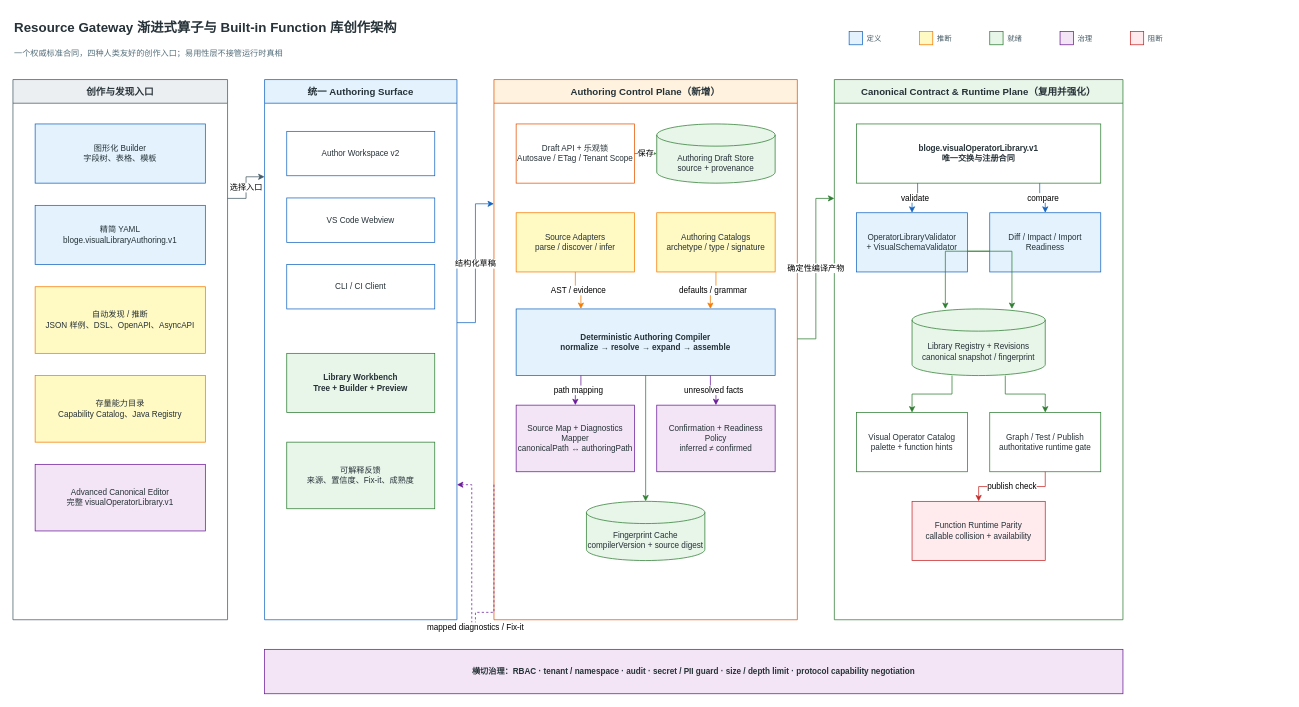
Earlier version of the draw.io diagram docs/assets/drawio/resource-gateway-progressive-library-authoring-architecture.drawio (leanowtech/bloge-examples). Source tidied: cells renumbered, new cells numbered last; positions are measured from the earlier drawing's top-left corner, leaving out a move shared by most shapes. Both pictures are drawn from the tidied source at 74%, with x=0, y=0 at pixel (13, 13).
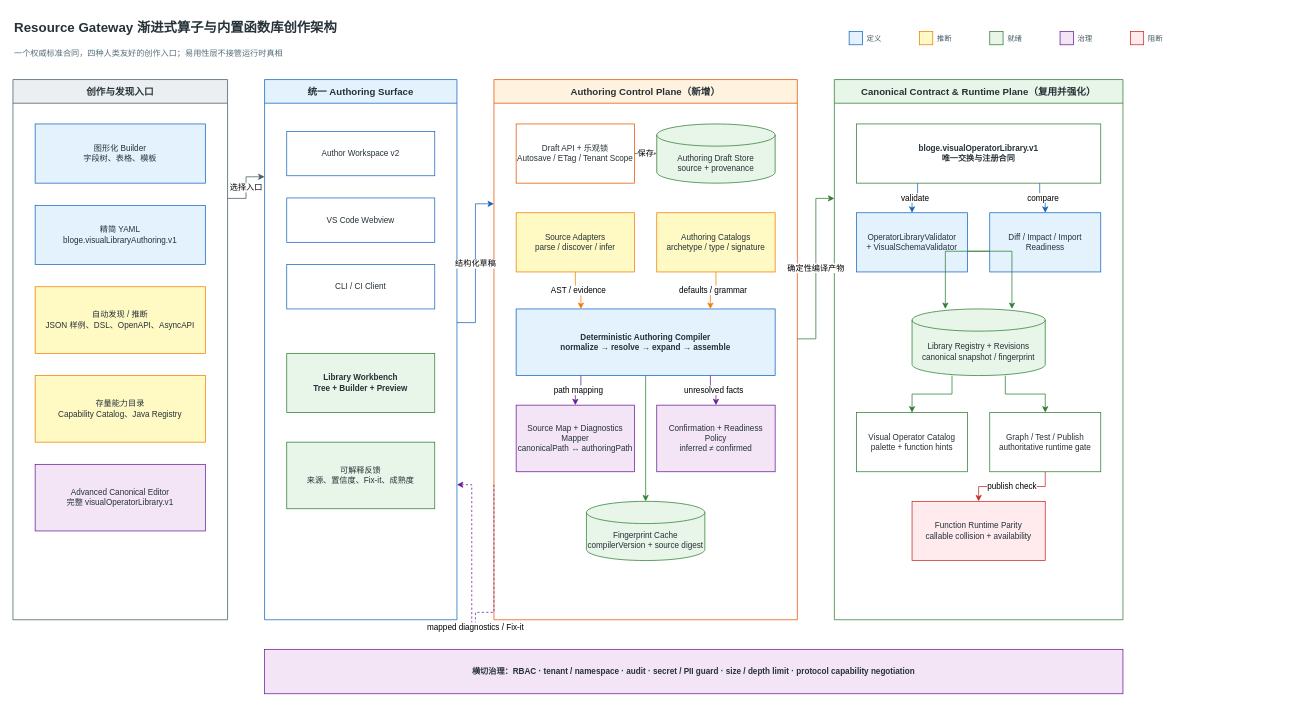
The same page after the edit.

What changed in the source:
```diff
@@
-    <mxCell id="2" value="Resource Gateway 渐进式算子与 Built-in Function 库创作架构" style="text;html=1;align=left;verticalAlign=middle;fontFamily=Arial;fontSize=18;fontStyle=1;fontColor=#263238;" parent="1" vertex="1">
+    <mxCell id="2" value="Resource Gateway 渐进式算子与内置函数库创作架构" style="text;html=1;align=left;verticalAlign=middle;fontFamily=Arial;fontSize=18;fontStyle=1;fontColor=#263238;" parent="1" vertex="1">
       <mxGeometry width="1080" height="40" as="geometry" />
     </mxCell>
```
